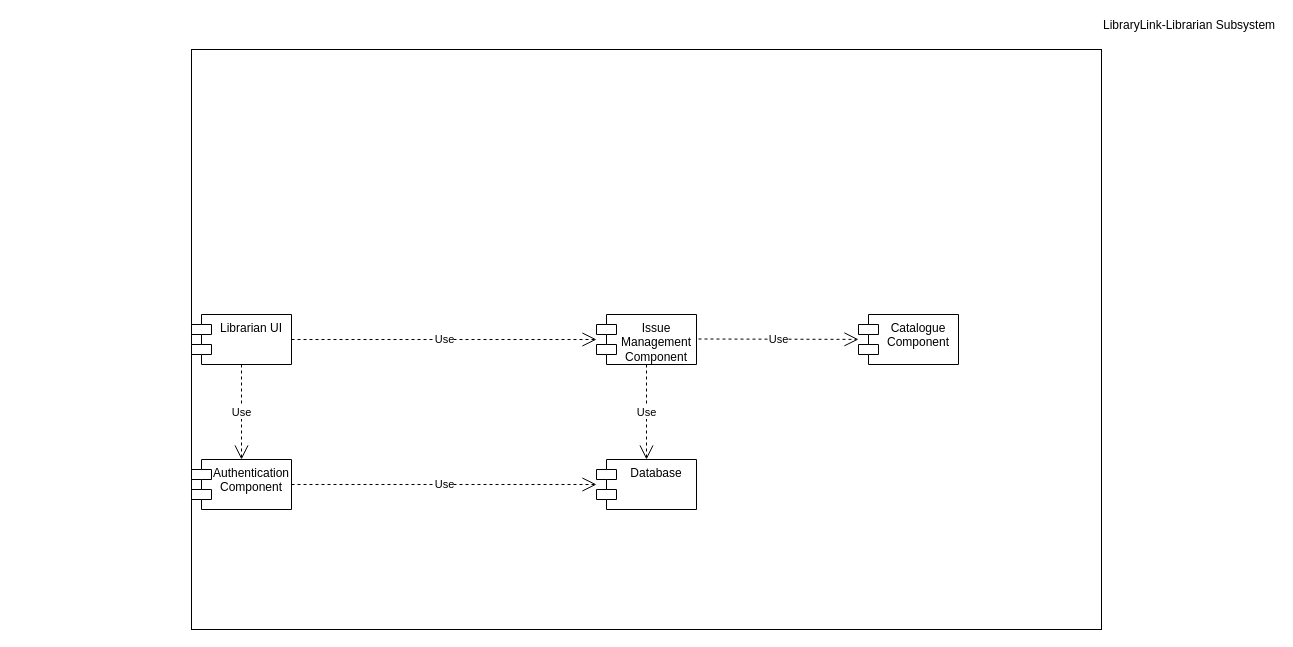
GojeonpaJ/CHC6173-LibraryLink keeps this draw.io diagram as diagrams/task1-requirements/ComponentDiagram_LibraryLink_Librarian.drawio. Above is the earlier version. Source tidied: cells renumbered, new cells numbered last; positions are measured from the earlier drawing's top-left corner, leaving out a move shared by most shapes. Both pictures are drawn from the tidied source at 100%, with x=0, y=0 at pixel (191, 49).
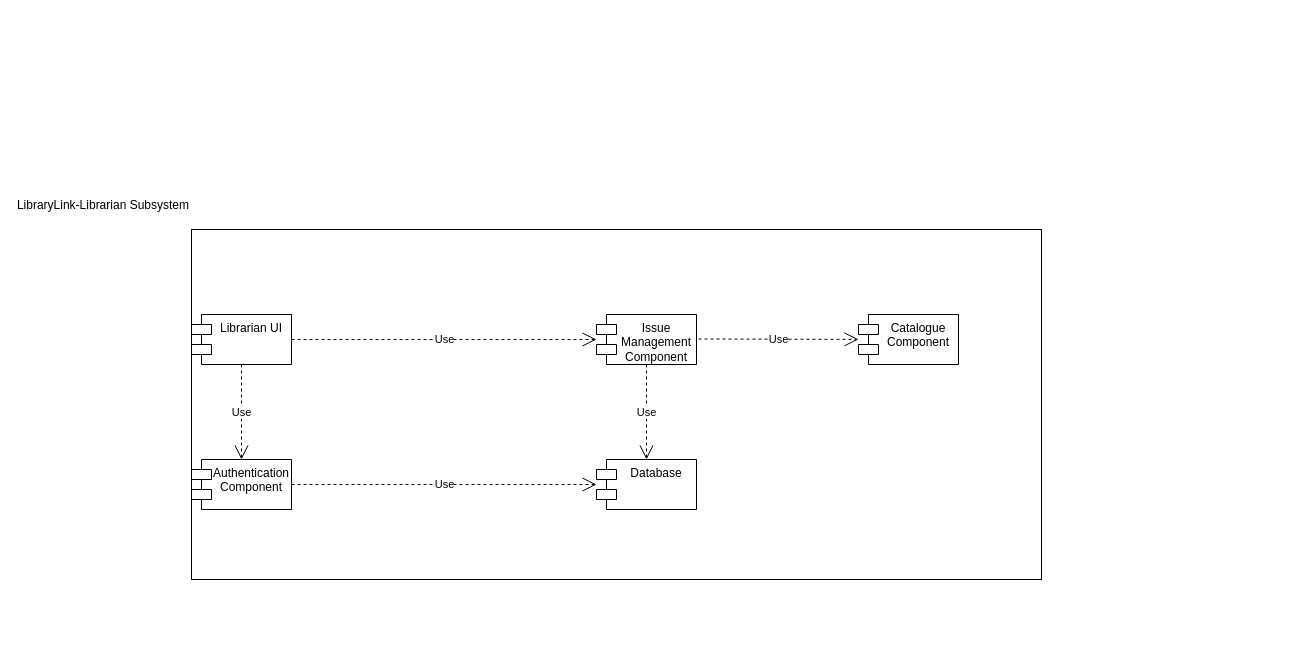
The same page after the edit.

The edit, as a diff of the source:
```diff
@@
 <mxGraphModel>
   <root>
     <mxCell id="0" />
     <mxCell id="1" parent="0" />
-    <mxCell id="2" value="&lt;div&gt;LibraryLink-Librarian Subsystem&lt;/div&gt;&lt;div&gt;&lt;br&gt;&lt;/div&gt;" style="rounded=0;whiteSpace=wrap;html=1;labelPosition=right;verticalLabelPosition=top;align=left;verticalAlign=bottom;" parent="1" vertex="1">
-      <mxGeometry width="910" height="580" as="geometry" />
+    <mxCell id="2" value="&lt;div&gt;LibraryLink-Librarian Subsystem&lt;/div&gt;&lt;div&gt;&lt;br&gt;&lt;/div&gt;" style="rounded=0;whiteSpace=wrap;html=1;labelPosition=left;verticalLabelPosition=top;align=right;verticalAlign=bottom;" parent="1" vertex="1">
+      <mxGeometry y="180" width="850" height="350" as="geometry" />
     </mxCell>
     <mxCell id="3" value="&lt;div&gt;Authentication Component&lt;/div&gt;&lt;div&gt;&lt;br&gt;&lt;/div&gt;" style="shape=module;align=left;spacingLeft=20;align=center;verticalAlign=top;whiteSpace=wrap;html=1;" parent="1" vertex="1">
       <mxGeometry y="410" width="100" height="50" as="geometry" />
     </mxCell>
     <mxCell id="4" value="&lt;div&gt;Issue Management Component&lt;/div&gt;&lt;div&gt;&lt;br&gt;&lt;/div&gt;" style="shape=module;align=left;spacingLeft=20;align=center;verticalAlign=top;whiteSpace=wrap;html=1;" parent="1" vertex="1">
       <mxGeometry x="405" y="265" width="100" height="50" as="geometry" />
     </mxCell>
     <mxCell id="5" value="&lt;div&gt;Librarian UI&lt;/div&gt;&lt;div&gt;&lt;br&gt;&lt;/div&gt;" style="shape=module;align=left;spacingLeft=20;align=center;verticalAlign=top;whiteSpace=wrap;html=1;" parent="1" vertex="1">
       <mxGeometry y="265" width="100" height="50" as="geometry" />
     </mxCell>
     <mxCell id="6" value="&lt;div&gt;Catalogue Component&lt;/div&gt;&lt;div&gt;&lt;br&gt;&lt;/div&gt;" style="shape=module;align=left;spacingLeft=20;align=center;verticalAlign=top;whiteSpace=wrap;html=1;" parent="1" vertex="1">
       <mxGeometry x="667" y="265" width="100" height="50" as="geometry" />
     </mxCell>
     <mxCell id="7" value="&lt;div&gt;Database&lt;/div&gt;&lt;div&gt;&lt;br&gt;&lt;/div&gt;" style="shape=module;align=left;spacingLeft=20;align=center;verticalAlign=top;whiteSpace=wrap;html=1;" parent="1" vertex="1">
       <mxGeometry x="405" y="410" width="100" height="50" as="geometry" />
     </mxCell>
     <mxCell id="8" value="Use" style="endArrow=open;endSize=12;dashed=1;html=1;rounded=0;" parent="1" edge="1" source="5" target="3">
       <mxGeometry relative="1" as="geometry" />
     </mxCell>
     <mxCell id="9" value="Use" style="endArrow=open;endSize=12;dashed=1;html=1;rounded=0;" parent="1" edge="1" source="5" target="4">
       <mxGeometry relative="1" as="geometry" />
     </mxCell>
     <mxCell id="10" value="Use" style="endArrow=open;endSize=12;dashed=1;html=1;rounded=0;" parent="1" edge="1" target="6">
       <mxGeometry relative="1" as="geometry">
         <mxPoint x="507" y="289.5" as="sourcePoint" />
       </mxGeometry>
     </mxCell>
     <mxCell id="11" value="Use" style="endArrow=open;endSize=12;dashed=1;html=1;rounded=0;" parent="1" edge="1" source="4" target="7">
       <mxGeometry relative="1" as="geometry" />
     </mxCell>
     <mxCell id="12" value="Use" style="endArrow=open;endSize=12;dashed=1;html=1;rounded=0;" parent="1" edge="1" source="3" target="7">
       <mxGeometry relative="1" as="geometry" />
     </mxCell>
   </root>
 </mxGraphModel>
```
